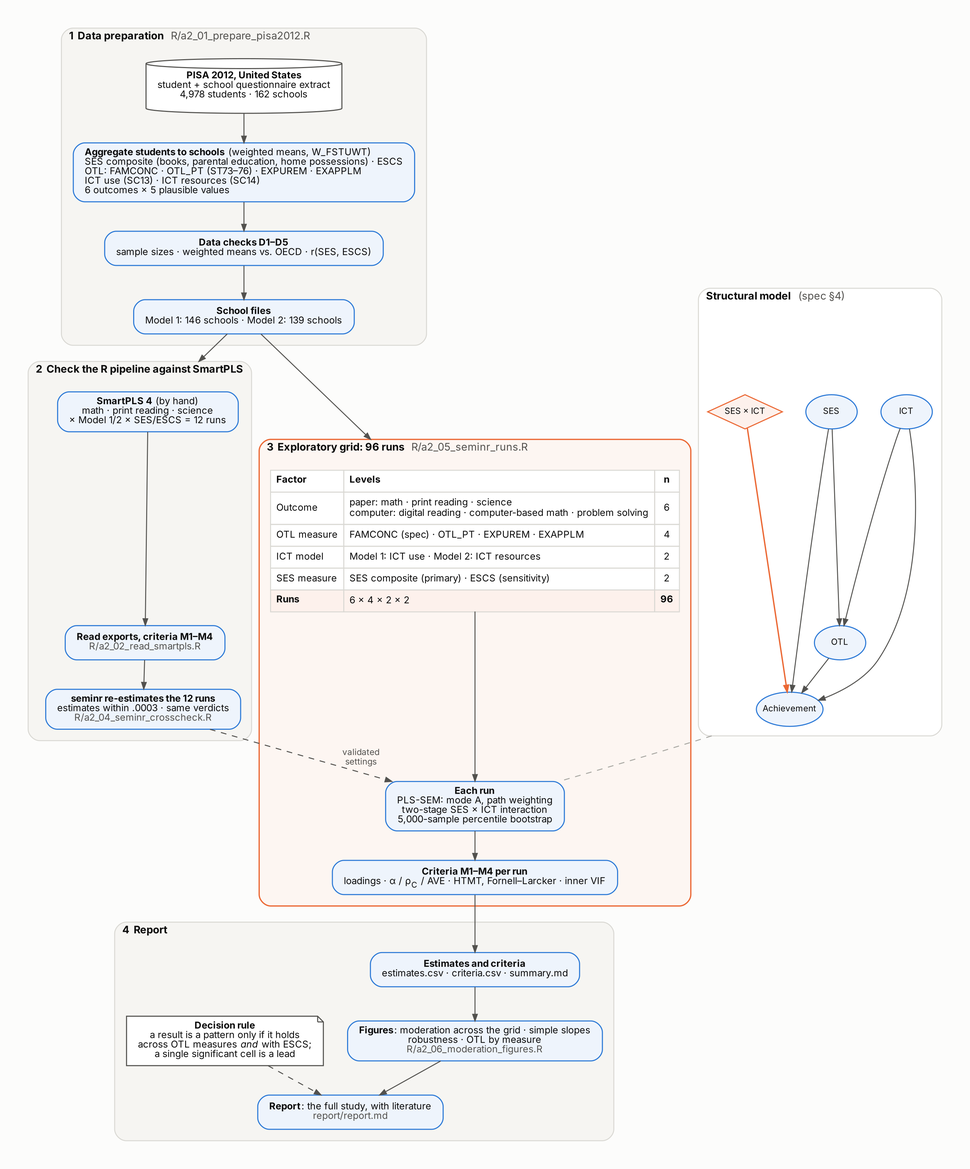
This is report/figures/fig0_design_flowchart.png from wangqiu-syr/ses-olt-achievement-TIMSS2011vsPISA2012, a Graphviz export, as it was before one commit. Its source is kept beside it as report/figures/fig0_design_flowchart.dot. The source it was exported from:
```dot
digraph design {
  graph [rankdir=TB, fontname="Inter", fontsize=11, bgcolor="#fcfcfb", nodesep=0.35, ranksep=0.42,
         pad=0.3, newrank=true, compound=true, labeljust=l];
  node  [shape=box, style="rounded,filled", fontname="Inter", fontsize=10, color="#2a78d6",
         fillcolor="#eef4fc", fontcolor="#0b0b0b", penwidth=1.1, margin="0.16,0.08"];
  edge  [color="#52514e", arrowsize=0.7, penwidth=1.0, fontname="Inter", fontsize=9, fontcolor="#52514e"];

  subgraph cluster_data {
    label=<<B>1  Data preparation</B>  <FONT COLOR="#52514e">R/a2_01_prepare_pisa2012.R</FONT>>;
    style="rounded,filled"; color="#d9d8d3"; fillcolor="#f6f5f2"; fontcolor="#0b0b0b"; margin=12;
    raw    [shape=cylinder, fillcolor="#ffffff", color="#52514e",
            label=<<B>PISA 2012, United States</B><BR/>student + school questionnaire extract<BR/>4,978 students · 162 schools>];
    prep   [label=<<B>Aggregate students to schools</B> (weighted means, W_FSTUWT)<BR ALIGN="LEFT"/>SES composite (books, parental education, home possessions) · ESCS<BR ALIGN="LEFT"/>OTL: FAMCONC · OTL_PT (ST73–76) · EXPUREM · EXAPPLM<BR ALIGN="LEFT"/>ICT use (SC13) · ICT resources (SC14)<BR ALIGN="LEFT"/>6 outcomes × 5 plausible values<BR ALIGN="LEFT"/>>];
    checks [label=<<B>Data checks D1–D5</B><BR/>sample sizes · weighted means vs. OECD · r(SES, ESCS)>];
    files  [label=<<B>School files</B><BR/>Model 1: 146 schools · Model 2: 139 schools>];
    raw -> prep -> checks -> files;
  }

  subgraph cluster_valid {
    label=<<B>2  Check the R pipeline against SmartPLS</B>>;
    style="rounded,filled"; color="#d9d8d3"; fillcolor="#f6f5f2"; fontcolor="#0b0b0b"; margin=12;
    smartpls [label=<<B>SmartPLS 4</B> (by hand)<BR/>math · print reading · science<BR/>× Model 1/2 × SES/ESCS = 12 runs>];
    readsp   [label=<<B>Read exports, criteria M1–M4</B><BR/><FONT COLOR="#52514e">R/a2_02_read_smartpls.R</FONT>>];
    cross    [label=<<B>seminr re-estimates the 12 runs</B><BR/>estimates within .0003 · same verdicts<BR/><FONT COLOR="#52514e">R/a2_04_seminr_crosscheck.R</FONT>>];
    smartpls -> readsp -> cross;
  }

  subgraph cluster_model {
    label=<<B>Structural model</B>  <FONT COLOR="#52514e">(spec §4)</FONT>>;
    style="rounded,filled"; color="#d9d8d3"; fillcolor="#ffffff"; fontcolor="#0b0b0b"; margin=10;
    node [shape=ellipse, style="filled", fillcolor="#eef4fc", color="#2a78d6", margin="0.06,0.03", fontsize=9];
    mSES [label="SES"]; mICT [label="ICT"]; mOTL [label="OTL"]; mACH [label="Achievement"];
    mINT [label="SES × ICT", shape=diamond, fillcolor="#fdf1ec", color="#eb6834"];
    mAnc [shape=point, style=invis, width=0, height=0, label="", ordering=out];
    mAnc -> mSES [style=invis]; mAnc -> mINT [style=invis]; mAnc -> mICT [style=invis];
    mSES -> mOTL; mICT -> mOTL; mSES -> mACH; mICT -> mACH; mOTL -> mACH;
    mINT -> mACH [color="#eb6834", penwidth=1.4];
    {rank=same; mSES; mINT; mICT}
  }

  subgraph cluster_grid {
    label=<<B>3  Exploratory grid: 96 runs</B>  <FONT COLOR="#52514e">R/a2_05_seminr_runs.R</FONT>>;
    style="rounded,filled"; color="#eb6834"; fillcolor="#fdf6f2"; fontcolor="#0b0b0b"; margin=12; penwidth=1.3;
    factors [shape=plain, style="", label=<
      <TABLE BORDER="0" CELLBORDER="1" CELLSPACING="0" CELLPADDING="5" COLOR="#d9d8d3" BGCOLOR="#ffffff">
        <TR><TD ALIGN="LEFT"><B>Factor</B></TD><TD ALIGN="LEFT"><B>Levels</B></TD><TD><B>n</B></TD></TR>
        <TR><TD ALIGN="LEFT">Outcome</TD><TD ALIGN="LEFT">paper: math · print reading · science<BR ALIGN="LEFT"/>computer: digital reading · computer-based math · problem solving<BR ALIGN="LEFT"/></TD><TD>6</TD></TR>
        <TR><TD ALIGN="LEFT">OTL measure</TD><TD ALIGN="LEFT">FAMCONC (spec) · OTL_PT · EXPUREM · EXAPPLM</TD><TD>4</TD></TR>
        <TR><TD ALIGN="LEFT">ICT model</TD><TD ALIGN="LEFT">Model 1: ICT use · Model 2: ICT resources</TD><TD>2</TD></TR>
        <TR><TD ALIGN="LEFT">SES measure</TD><TD ALIGN="LEFT">SES composite (primary) · ESCS (sensitivity)</TD><TD>2</TD></TR>
        <TR><TD ALIGN="LEFT" BGCOLOR="#fdf1ec"><B>Runs</B></TD><TD ALIGN="LEFT" BGCOLOR="#fdf1ec">6 × 4 × 2 × 2</TD><TD BGCOLOR="#fdf1ec"><B>96</B></TD></TR>
      </TABLE>>];
    est  [label=<<B>Each run</B><BR/>PLS-SEM: mode A, path weighting<BR/>two-stage SES × ICT interaction<BR/>5,000-sample percentile bootstrap>];
    crit [label=<<B>Criteria M1–M4 per run</B><BR/>loadings · α / ρ<SUB>C</SUB> / AVE · HTMT, Fornell–Larcker · inner VIF>];
    factors -> est -> crit;
  }

  subgraph cluster_report {
    label=<<B>4  Report</B>>;
    style="rounded,filled"; color="#d9d8d3"; fillcolor="#f6f5f2"; fontcolor="#0b0b0b"; margin=12;
    outs [label=<<B>Estimates and criteria</B><BR/>estimates.csv · criteria.csv · summary.md>];
    rule [shape=note, fillcolor="#ffffff", color="#52514e",
          label=<<B>Decision rule</B><BR/>a result is a pattern only if it holds<BR/>across OTL measures <I>and</I> with ESCS;<BR/>a single significant cell is a lead>];
    figs [label=<<B>Figures</B>: moderation across the grid · simple slopes<BR/>robustness · OTL by measure<BR/><FONT COLOR="#52514e">R/a2_06_moderation_figures.R</FONT>>];
    rep  [label=<<B>Report</B>: the full study, with literature<BR/><FONT COLOR="#52514e">report/report.md</FONT>>];
    outs -> figs -> rep;
    rule -> rep [style=dashed];
  }

  files -> smartpls [lhead=cluster_valid];
  files -> factors  [lhead=cluster_grid];
  cross -> est      [label="  validated\n  settings", style=dashed];
  mACH  -> est      [ltail=cluster_model, style=dashed, arrowhead=none, color="#a9a8a3"];
  crit  -> outs;
}
```
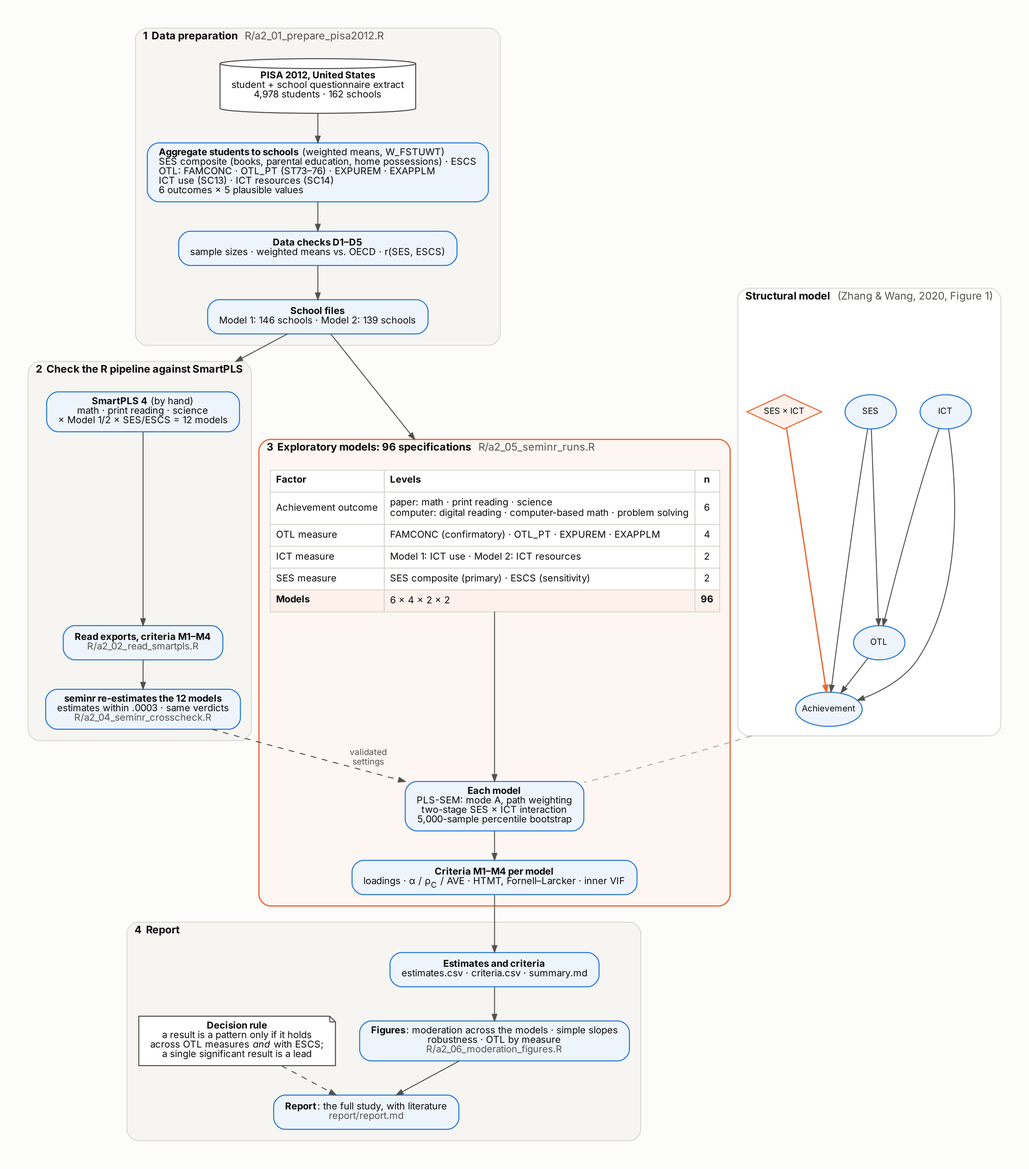
The same diagram one commit later.

Commit message:
Report review: figure order, one title, plain terms, full names in notes

The edit, as a diff of the source:
```diff
@@ -19,14 +19,14 @@
   subgraph cluster_valid {
     label=<<B>2  Check the R pipeline against SmartPLS</B>>;
     style="rounded,filled"; color="#d9d8d3"; fillcolor="#f6f5f2"; fontcolor="#0b0b0b"; margin=12;
-    smartpls [label=<<B>SmartPLS 4</B> (by hand)<BR/>math · print reading · science<BR/>× Model 1/2 × SES/ESCS = 12 runs>];
+    smartpls [label=<<B>SmartPLS 4</B> (by hand)<BR/>math · print reading · science<BR/>× Model 1/2 × SES/ESCS = 12 models>];
     readsp   [label=<<B>Read exports, criteria M1–M4</B><BR/><FONT COLOR="#52514e">R/a2_02_read_smartpls.R</FONT>>];
-    cross    [label=<<B>seminr re-estimates the 12 runs</B><BR/>estimates within .0003 · same verdicts<BR/><FONT COLOR="#52514e">R/a2_04_seminr_crosscheck.R</FONT>>];
+    cross    [label=<<B>seminr re-estimates the 12 models</B><BR/>estimates within .0003 · same verdicts<BR/><FONT COLOR="#52514e">R/a2_04_seminr_crosscheck.R</FONT>>];
     smartpls -> readsp -> cross;
   }
 
   subgraph cluster_model {
-    label=<<B>Structural model</B>  <FONT COLOR="#52514e">(spec §4)</FONT>>;
+    label=<<B>Structural model</B>  <FONT COLOR="#52514e">(Zhang &amp; Wang, 2020, Figure 1)</FONT>>;
     style="rounded,filled"; color="#d9d8d3"; fillcolor="#ffffff"; fontcolor="#0b0b0b"; margin=10;
     node [shape=ellipse, style="filled", fillcolor="#eef4fc", color="#2a78d6", margin="0.06,0.03", fontsize=9];
     mSES [label="SES"]; mICT [label="ICT"]; mOTL [label="OTL"]; mACH [label="Achievement"];
@@ -39,19 +39,19 @@
   }
 
   subgraph cluster_grid {
-    label=<<B>3  Exploratory grid: 96 runs</B>  <FONT COLOR="#52514e">R/a2_05_seminr_runs.R</FONT>>;
+    label=<<B>3  Exploratory models: 96 specifications</B>  <FONT COLOR="#52514e">R/a2_05_seminr_runs.R</FONT>>;
     style="rounded,filled"; color="#eb6834"; fillcolor="#fdf6f2"; fontcolor="#0b0b0b"; margin=12; penwidth=1.3;
     factors [shape=plain, style="", label=<
       <TABLE BORDER="0" CELLBORDER="1" CELLSPACING="0" CELLPADDING="5" COLOR="#d9d8d3" BGCOLOR="#ffffff">
         <TR><TD ALIGN="LEFT"><B>Factor</B></TD><TD ALIGN="LEFT"><B>Levels</B></TD><TD><B>n</B></TD></TR>
-        <TR><TD ALIGN="LEFT">Outcome</TD><TD ALIGN="LEFT">paper: math · print reading · science<BR ALIGN="LEFT"/>computer: digital reading · computer-based math · problem solving<BR ALIGN="LEFT"/></TD><TD>6</TD></TR>
-        <TR><TD ALIGN="LEFT">OTL measure</TD><TD ALIGN="LEFT">FAMCONC (spec) · OTL_PT · EXPUREM · EXAPPLM</TD><TD>4</TD></TR>
-        <TR><TD ALIGN="LEFT">ICT model</TD><TD ALIGN="LEFT">Model 1: ICT use · Model 2: ICT resources</TD><TD>2</TD></TR>
+        <TR><TD ALIGN="LEFT">Achievement outcome</TD><TD ALIGN="LEFT">paper: math · print reading · science<BR ALIGN="LEFT"/>computer: digital reading · computer-based math · problem solving<BR ALIGN="LEFT"/></TD><TD>6</TD></TR>
+        <TR><TD ALIGN="LEFT">OTL measure</TD><TD ALIGN="LEFT">FAMCONC (confirmatory) · OTL_PT · EXPUREM · EXAPPLM</TD><TD>4</TD></TR>
+        <TR><TD ALIGN="LEFT">ICT measure</TD><TD ALIGN="LEFT">Model 1: ICT use · Model 2: ICT resources</TD><TD>2</TD></TR>
         <TR><TD ALIGN="LEFT">SES measure</TD><TD ALIGN="LEFT">SES composite (primary) · ESCS (sensitivity)</TD><TD>2</TD></TR>
-        <TR><TD ALIGN="LEFT" BGCOLOR="#fdf1ec"><B>Runs</B></TD><TD ALIGN="LEFT" BGCOLOR="#fdf1ec">6 × 4 × 2 × 2</TD><TD BGCOLOR="#fdf1ec"><B>96</B></TD></TR>
+        <TR><TD ALIGN="LEFT" BGCOLOR="#fdf1ec"><B>Models</B></TD><TD ALIGN="LEFT" BGCOLOR="#fdf1ec">6 × 4 × 2 × 2</TD><TD BGCOLOR="#fdf1ec"><B>96</B></TD></TR>
       </TABLE>>];
-    est  [label=<<B>Each run</B><BR/>PLS-SEM: mode A, path weighting<BR/>two-stage SES × ICT interaction<BR/>5,000-sample percentile bootstrap>];
-    crit [label=<<B>Criteria M1–M4 per run</B><BR/>loadings · α / ρ<SUB>C</SUB> / AVE · HTMT, Fornell–Larcker · inner VIF>];
+    est  [label=<<B>Each model</B><BR/>PLS-SEM: mode A, path weighting<BR/>two-stage SES × ICT interaction<BR/>5,000-sample percentile bootstrap>];
+    crit [label=<<B>Criteria M1–M4 per model</B><BR/>loadings · α / ρ<SUB>C</SUB> / AVE · HTMT, Fornell–Larcker · inner VIF>];
     factors -> est -> crit;
   }
 
@@ -60,8 +60,8 @@
     style="rounded,filled"; color="#d9d8d3"; fillcolor="#f6f5f2"; fontcolor="#0b0b0b"; margin=12;
     outs [label=<<B>Estimates and criteria</B><BR/>estimates.csv · criteria.csv · summary.md>];
     rule [shape=note, fillcolor="#ffffff", color="#52514e",
-          label=<<B>Decision rule</B><BR/>a result is a pattern only if it holds<BR/>across OTL measures <I>and</I> with ESCS;<BR/>a single significant cell is a lead>];
-    figs [label=<<B>Figures</B>: moderation across the grid · simple slopes<BR/>robustness · OTL by measure<BR/><FONT COLOR="#52514e">R/a2_06_moderation_figures.R</FONT>>];
+          label=<<B>Decision rule</B><BR/>a result is a pattern only if it holds<BR/>across OTL measures <I>and</I> with ESCS;<BR/>a single significant result is a lead>];
+    figs [label=<<B>Figures</B>: moderation across the models · simple slopes<BR/>robustness · OTL by measure<BR/><FONT COLOR="#52514e">R/a2_06_moderation_figures.R</FONT>>];
     rep  [label=<<B>Report</B>: the full study, with literature<BR/><FONT COLOR="#52514e">report/report.md</FONT>>];
     outs -> figs -> rep;
     rule -> rep [style=dashed];
```
